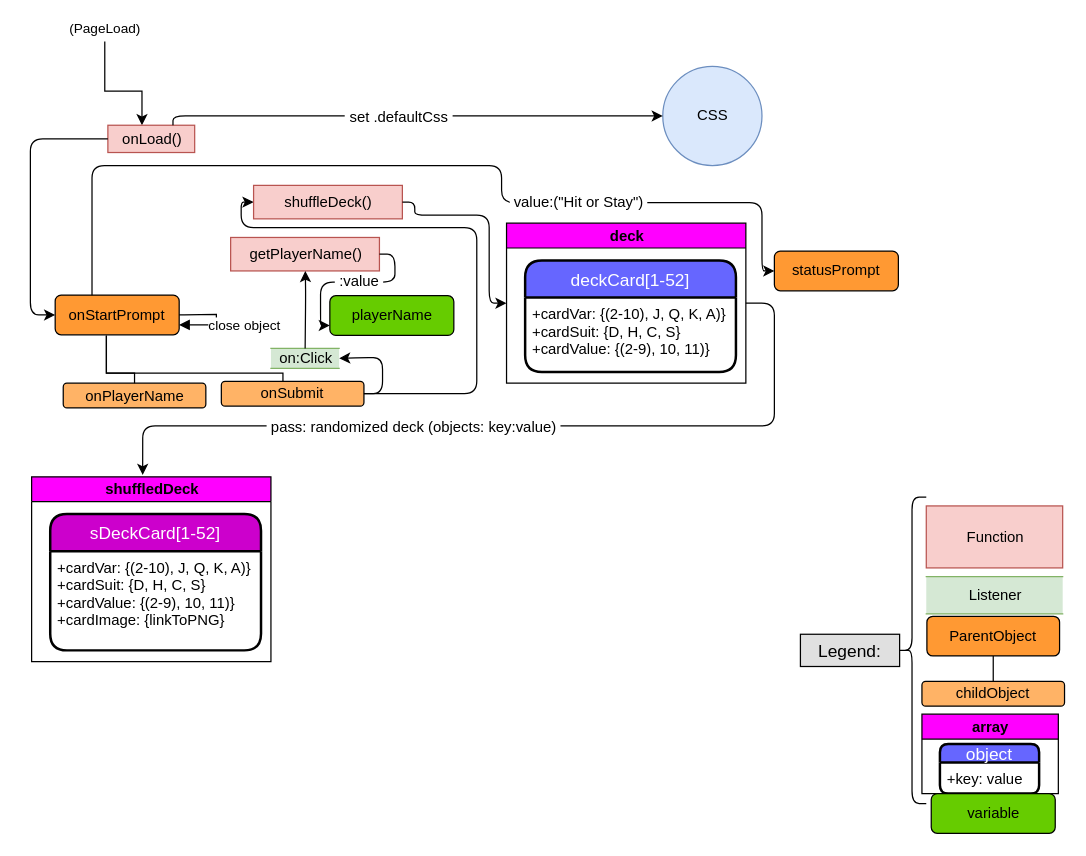
Above: page "jsControlFlow" (1 of 2) of project/Ga-Project1-WireFrames.drawio in sageguy09/ga-project1-blackjack (draw.io), before the change. Source tidied: cells renumbered, new cells numbered last; positions are measured from the earlier drawing's top-left corner, leaving out a move shared by most shapes. Both pictures are drawn from the tidied source at 124%, with x=0, y=0 at pixel (30, 29).
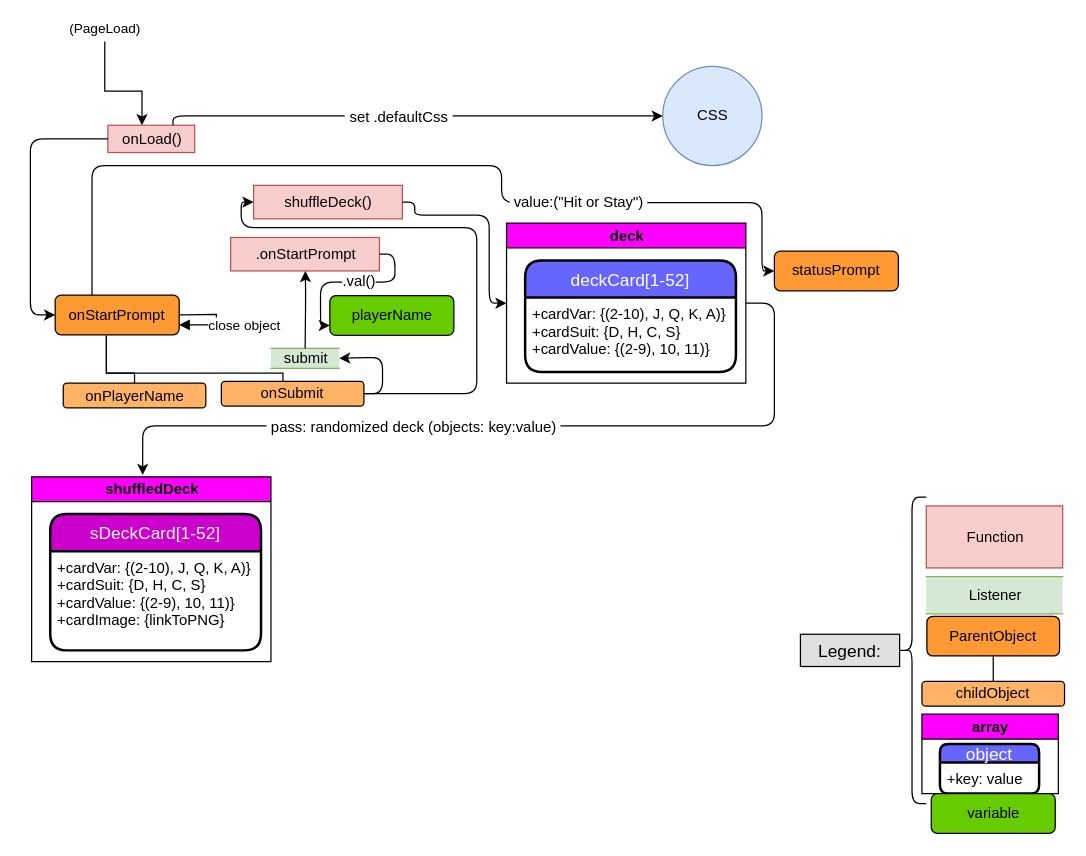
After the change.

Commit message (it also covers changes not shown here):
cleaned up code, added pseudo. updated wireframe to reflect updated control flow.

Unchanged cells that the change refers to:
```xml
<mxCell id="25" style="edgeStyle=orthogonalEdgeStyle;endArrow=classic;html=1;elbow=vertical;entryX=0;entryY=0.75;entryDx=0;entryDy=0;exitX=1;exitY=0.5;exitDx=0;exitDy=0;" parent="1" edge="1" source="11" target="24">
  <mxGeometry relative="1" as="geometry">
    <Array as="points">
      <mxPoint x="294" y="181" />
      <mxPoint x="294" y="204" />
      <mxPoint x="234" y="204" />
      <mxPoint x="234" y="239" />
    </Array>
  </mxGeometry>
</mxCell>
```

Diff of the diagram source:
```diff
@@
-    <mxCell id="11" value="getPlayerName()" style="html=1;dashed=0;whitespace=wrap;fillColor=#f8cecc;strokeColor=#b85450;" parent="1" vertex="1">
+    <mxCell id="11" value=".onStartPrompt" style="html=1;dashed=0;whitespace=wrap;fillColor=#f8cecc;strokeColor=#b85450;" parent="1" vertex="1">
       <mxGeometry x="161.5" y="168" width="120" height="27" as="geometry" />
     </mxCell>
@@
-    <mxCell id="22" value="on:Click" style="html=1;dashed=0;whitespace=wrap;shape=partialRectangle;right=0;left=0;fillColor=#d5e8d4;strokeColor=#82b366;" parent="1" vertex="1">
+    <mxCell id="22" value="submit" style="html=1;dashed=0;whitespace=wrap;shape=partialRectangle;right=0;left=0;fillColor=#d5e8d4;strokeColor=#82b366;" parent="1" vertex="1">
       <mxGeometry x="194" y="257.5" width="55" height="16" as="geometry" />
     </mxCell>
@@
-    <mxCell id="26" value="&amp;nbsp;:value&amp;nbsp;" style="text;html=1;align=center;verticalAlign=middle;labelBackgroundColor=#ffffff;" parent="25" vertex="1">
+    <mxCell id="26" value=".val()" style="text;html=1;align=center;verticalAlign=middle;labelBackgroundColor=#ffffff;" parent="25" vertex="1">
       <mxGeometry x="0.12" relative="1" as="geometry">
         <mxPoint x="12" y="-1" as="offset" />
       </mxGeometry>
     </mxCell>
```
